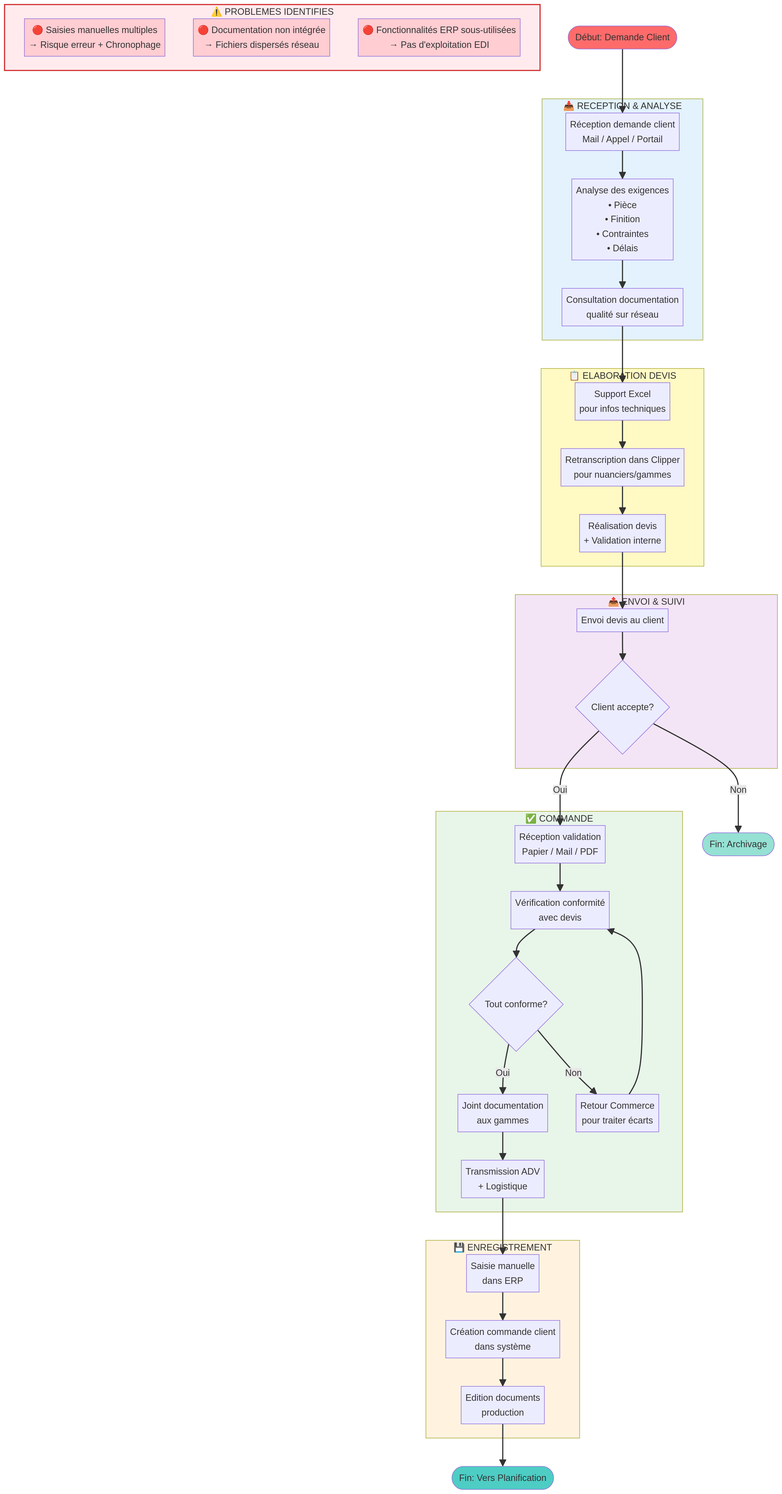
The Mermaid diagram FINTECH/Cartographie_Processus/exports/01_processus_commercial.png in Tecosi/MH-INDUSTRIES, before a commit. Its source is kept beside it as FINTECH/Cartographie_Processus/logigrammes/01_processus_commercial.mmd. The source it was exported from:
```mermaid
flowchart TD
    START([Début: Demande Client])

    subgraph RECEPTION["📥 RECEPTION & ANALYSE"]
        A1[Réception demande client<br/>Mail / Appel / Portail]
        A2[Analyse des exigences<br/>• Pièce<br/>• Finition<br/>• Contraintes<br/>• Délais]
        A3[Consultation documentation<br/>qualité sur réseau]
    end

    subgraph DEVIS["📋 ELABORATION DEVIS"]
        B1[Support Excel<br/>pour infos techniques]
        B2[Retranscription dans Clipper<br/>pour nuanciers/gammes]
        B3[Réalisation devis<br/>+ Validation interne]
    end

    subgraph ENVOI["📤 ENVOI & SUIVI"]
        C1[Envoi devis au client]
        C2{Client accepte?}
    end

    subgraph COMMANDE["✅ COMMANDE"]
        D1[Réception validation<br/>Papier / Mail / PDF]
        D2[Vérification conformité<br/>avec devis]
        D3{Tout conforme?}
        D4[Joint documentation<br/>aux gammes]
        D5[Transmission ADV<br/>+ Logistique]
        D6[Retour Commerce<br/>pour traiter écarts]
    end

    subgraph ENREGISTREMENT["💾 ENREGISTREMENT"]
        E1[Saisie manuelle<br/>dans ERP]
        E2[Création commande client<br/>dans système]
        E3[Edition documents<br/>production]
    end

    START --> A1
    A1 --> A2
    A2 --> A3
    A3 --> B1
    B1 --> B2
    B2 --> B3
    B3 --> C1
    C1 --> C2

    C2 -->|Oui| D1
    C2 -->|Non| END1([Fin: Archivage])

    D1 --> D2
    D2 --> D3
    D3 -->|Oui| D4
    D3 -->|Non| D6
    D6 --> D2
    D4 --> D5
    D5 --> E1
    E1 --> E2
    E2 --> E3
    E3 --> END2([Fin: Vers Planification])

    subgraph PROBLEMES["⚠️ PROBLEMES IDENTIFIES"]
        P1["🔴 Saisies manuelles multiples<br/>→ Risque erreur + Chronophage"]
        P2["🔴 Documentation non intégrée<br/>→ Fichiers dispersés réseau"]
        P3["🔴 Fonctionnalités ERP sous-utilisées<br/>→ Pas d'exploitation EDI"]
    end

    style START fill:#FF6B6B
    style END1 fill:#95E1D3
    style END2 fill:#4ECDC4
    style RECEPTION fill:#E3F2FD
    style DEVIS fill:#FFF9C4
    style ENVOI fill:#F3E5F5
    style COMMANDE fill:#E8F5E9
    style ENREGISTREMENT fill:#FFF3E0
    style PROBLEMES fill:#FFEBEE,stroke:#D32F2F,stroke-width:2px
    style P1 fill:#FFCDD2
    style P2 fill:#FFCDD2
    style P3 fill:#FFCDD2
```
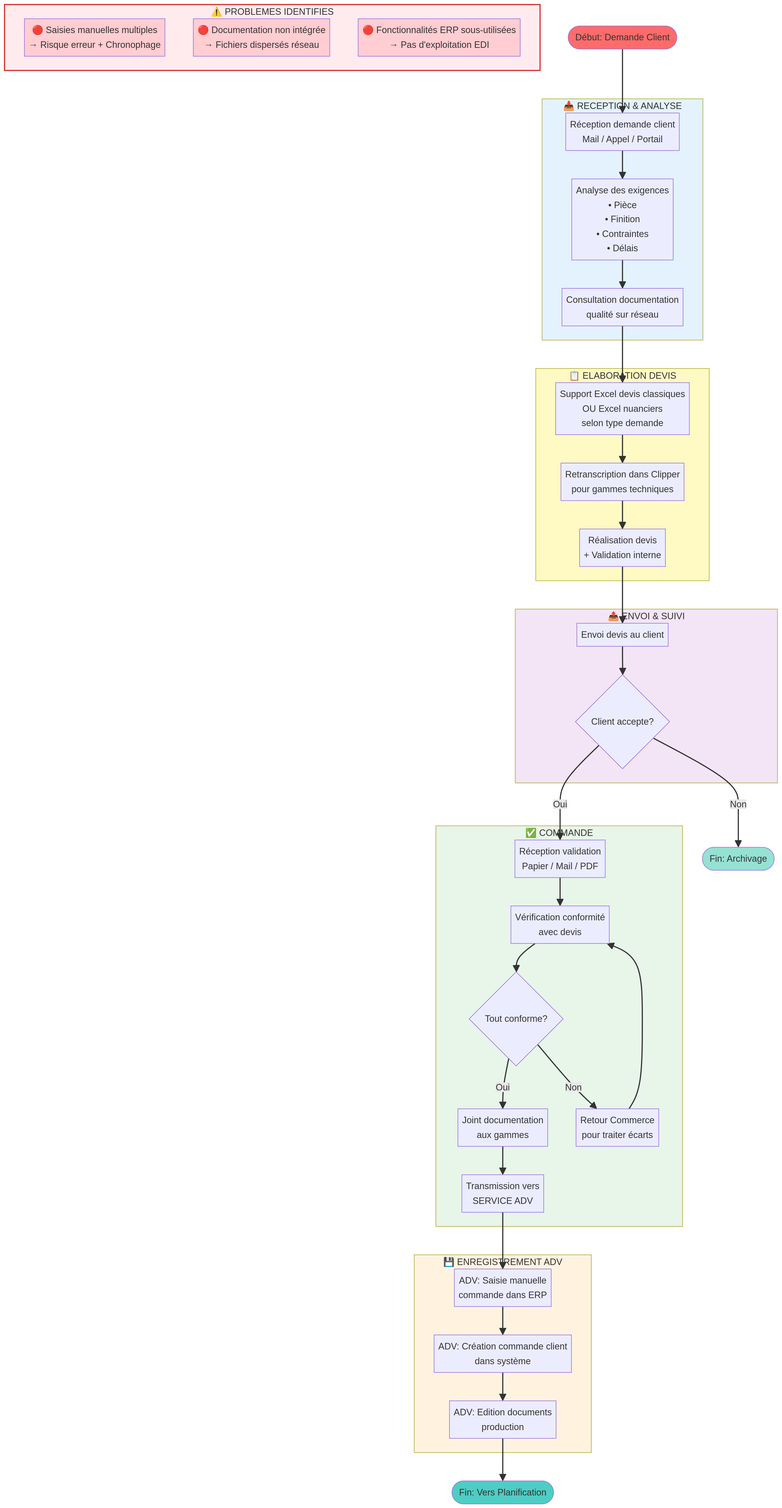
After the change.

Commit message:
Correction cartographie: ajout SERVICE ADV et distinction Excel devis classiques/nuanciers

What changed in the source:
```diff
@@ -8,8 +8,8 @@
     end
 
     subgraph DEVIS["📋 ELABORATION DEVIS"]
-        B1[Support Excel<br/>pour infos techniques]
-        B2[Retranscription dans Clipper<br/>pour nuanciers/gammes]
+        B1[Support Excel devis classiques<br/>OU Excel nuanciers<br/>selon type demande]
+        B2[Retranscription dans Clipper<br/>pour gammes techniques]
         B3[Réalisation devis<br/>+ Validation interne]
     end
 
@@ -23,14 +23,14 @@
         D2[Vérification conformité<br/>avec devis]
         D3{Tout conforme?}
         D4[Joint documentation<br/>aux gammes]
-        D5[Transmission ADV<br/>+ Logistique]
+        D5[Transmission vers<br/>SERVICE ADV]
         D6[Retour Commerce<br/>pour traiter écarts]
     end
 
-    subgraph ENREGISTREMENT["💾 ENREGISTREMENT"]
-        E1[Saisie manuelle<br/>dans ERP]
-        E2[Création commande client<br/>dans système]
-        E3[Edition documents<br/>production]
+    subgraph ENREGISTREMENT["💾 ENREGISTREMENT ADV"]
+        E1[ADV: Saisie manuelle<br/>commande dans ERP]
+        E2[ADV: Création commande client<br/>dans système]
+        E3[ADV: Edition documents<br/>production]
     end
 
     START --> A1
```
